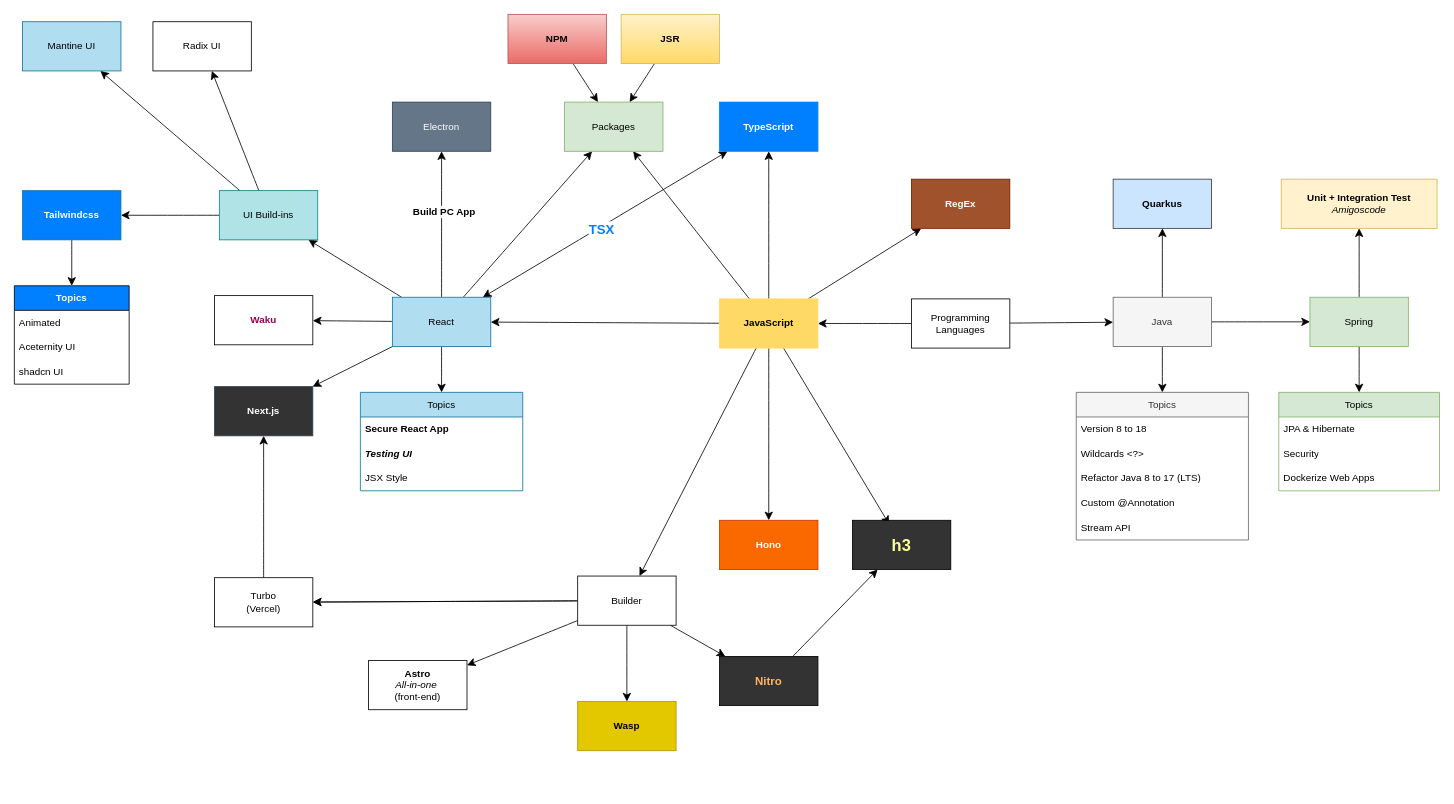
sunflynf/diagram-only keeps this draw.io diagram as page "Web tech" (1 of 5) of Link_Bookmarks.drawio. Above is the earlier version. Source tidied: cells renumbered, new cells numbered last; positions are measured from the earlier drawing's top-left corner, leaving out a move shared by most shapes. Both pictures are drawn from the tidied source at 82%, with x=0, y=0 at pixel (14, 14).
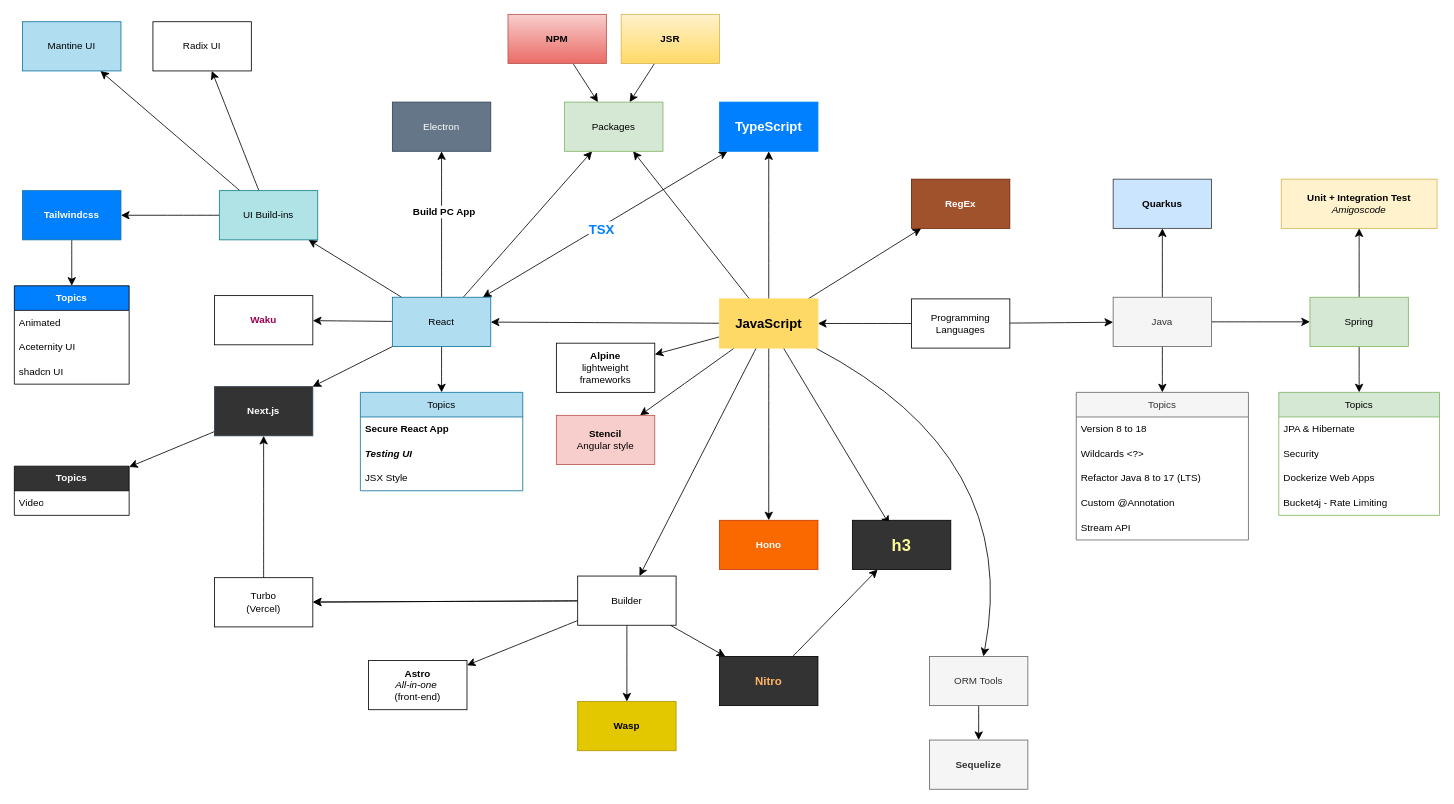
After the change.

The change refers to these unchanged cells:
```xml
<mxCell id="41" value="Next.js" style="whiteSpace=wrap;html=1;fillColor=#333333;strokeColor=#314354;fontColor=#ffffff;fontStyle=1;" parent="1" vertex="1">
  <mxGeometry x="244" y="454" width="120" height="60" as="geometry" />
</mxCell>
```

The edit, as a diff of the source:
```diff
@@
     <mxCell id="19" value="Topics" style="swimlane;fontStyle=0;horizontal=1;startSize=30;whiteSpace=wrap;html=1;fillColor=#d5e8d4;strokeColor=#82b366;" parent="1" vertex="1">
-      <mxGeometry x="1542" y="461" width="196" height="120" as="geometry" />
+      <mxGeometry x="1542" y="461" width="196" height="150" as="geometry" />
     </mxCell>
@@
+    <mxCell id="82" value="Bucket4j - Rate Limiting" style="text;strokeColor=none;fillColor=none;align=left;verticalAlign=middle;spacingLeft=4;spacingRight=4;overflow=hidden;whiteSpace=wrap;html=1;" parent="19" vertex="1">
+      <mxGeometry y="120" width="196" height="30" as="geometry" />
+    </mxCell>
@@
+    <mxCell id="83" style="edgeStyle=none;curved=1;rounded=0;jettySize=auto;html=1;fontSize=12;startSize=8;endSize=8;" parent="1" edge="1" source="30" target="88">
+      <mxGeometry relative="1" as="geometry">
+        <Array as="points">
+          <mxPoint x="1229" y="539" />
+        </Array>
+      </mxGeometry>
+    </mxCell>
+    <mxCell id="84" style="edgeStyle=none;curved=1;rounded=0;jettySize=auto;html=1;fontSize=12;startSize=8;endSize=8;" parent="1" edge="1" source="30" target="90">
+      <mxGeometry relative="1" as="geometry" />
+    </mxCell>
+    <mxCell id="85" style="edgeStyle=none;curved=1;rounded=0;jettySize=auto;html=1;fontSize=12;startSize=8;endSize=8;" parent="1" edge="1" source="30" target="91">
+      <mxGeometry relative="1" as="geometry" />
+    </mxCell>
-    <mxCell id="30" value="JavaScript" style="whiteSpace=wrap;html=1;fillColor=#FFD966;strokeColor=#FFD966;fontStyle=1;" parent="1" vertex="1">
+    <mxCell id="30" value="JavaScript" style="whiteSpace=wrap;html=1;fillColor=#FFD966;strokeColor=#FFD966;fontStyle=1;fontSize=16;" parent="1" vertex="1">
       <mxGeometry x="860" y="347" width="120" height="60" as="geometry" />
     </mxCell>
@@
+    <mxCell id="86" style="edgeStyle=none;curved=1;rounded=0;jettySize=auto;html=1;fontSize=12;startSize=8;endSize=8;" parent="1" edge="1" source="41" target="92">
+      <mxGeometry relative="1" as="geometry" />
+    </mxCell>
@@
-    <mxCell id="81" value="TypeScript" style="whiteSpace=wrap;html=1;fillColor=#0080ff;strokeColor=#007FFF;fontColor=#FFFFFF;fontStyle=1;" parent="1" vertex="1">
+    <mxCell id="81" value="TypeScript" style="whiteSpace=wrap;html=1;fillColor=#0080ff;strokeColor=#007FFF;fontColor=#FFFFFF;fontStyle=1;fontSize=16;" parent="1" vertex="1">
       <mxGeometry x="860" y="107" width="120" height="60" as="geometry" />
     </mxCell>
+    <mxCell id="87" style="edgeStyle=none;curved=1;rounded=0;jettySize=auto;html=1;fontSize=12;startSize=8;endSize=8;" parent="1" edge="1" source="88" target="89">
+      <mxGeometry relative="1" as="geometry" />
+    </mxCell>
+    <mxCell id="88" value="ORM Tools" style="whiteSpace=wrap;html=1;fillColor=#f5f5f5;fontColor=#333333;strokeColor=#666666;" parent="1" vertex="1">
+      <mxGeometry x="1116" y="783" width="120" height="60" as="geometry" />
+    </mxCell>
+    <mxCell id="89" value="Sequelize" style="whiteSpace=wrap;html=1;fillColor=#f5f5f5;fontColor=#333333;strokeColor=#666666;fontStyle=1;" parent="1" vertex="1">
+      <mxGeometry x="1116" y="885" width="120" height="60" as="geometry" />
+    </mxCell>
+    <mxCell id="90" value="&lt;b&gt;Alpine&lt;/b&gt;&lt;br&gt;lightweight frameworks" style="whiteSpace=wrap;html=1;" parent="1" vertex="1">
+      <mxGeometry x="661" y="401" width="120" height="60" as="geometry" />
+    </mxCell>
+    <mxCell id="91" value="&lt;b&gt;Stencil&lt;/b&gt;&lt;br&gt;Angular style" style="whiteSpace=wrap;html=1;fillColor=#f8cecc;strokeColor=#b85450;" parent="1" vertex="1">
+      <mxGeometry x="661" y="489" width="120" height="60" as="geometry" />
+    </mxCell>
+    <mxCell id="92" value="Topics" style="swimlane;fontStyle=1;horizontal=1;startSize=30;whiteSpace=wrap;html=1;fontColor=#FFFFFF;fillColor=#333333;" parent="1" vertex="1">
+      <mxGeometry y="551" width="140" height="60" as="geometry" />
+    </mxCell>
+    <mxCell id="93" value="Video" style="text;strokeColor=none;fillColor=none;align=left;verticalAlign=middle;spacingLeft=4;spacingRight=4;overflow=hidden;whiteSpace=wrap;html=1;" parent="92" vertex="1">
+      <mxGeometry y="30" width="140" height="30" as="geometry" />
+    </mxCell>
```
